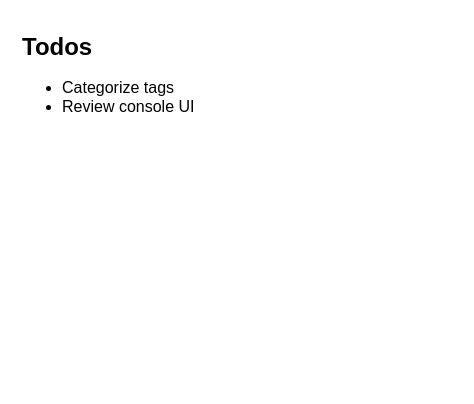
data-miner00/Linker keeps this draw.io diagram as page "Todos" (4 of 6) of docs/Linker.drawio. Above is the earlier version. Source tidied: cells renumbered, new cells numbered last; positions are measured from the earlier drawing's top-left corner, leaving out a move shared by most shapes. Both pictures are drawn from the tidied source at 100%, with x=0, y=0 at pixel (17, 27).
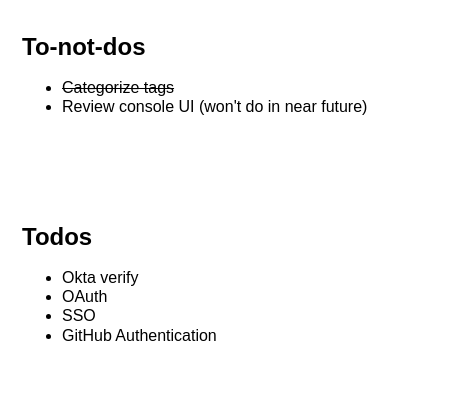
Above is the later version.

Commit message:
docs: Add architecture diagram

The edit, as a diff of the source:
```diff
@@
 <mxGraphModel>
   <root>
     <mxCell id="0" />
     <mxCell id="1" parent="0" />
-    <mxCell id="2" value="&lt;h1&gt;Todos&lt;/h1&gt;&lt;p&gt;&lt;/p&gt;&lt;ul style=&quot;font-size: 16px;&quot;&gt;&lt;li&gt;Categorize tags&lt;/li&gt;&lt;li&gt;Review console UI&lt;/li&gt;&lt;/ul&gt;&lt;p&gt;&lt;/p&gt;" style="text;html=1;strokeColor=none;fillColor=none;spacing=5;spacingTop=-20;whiteSpace=wrap;overflow=hidden;rounded=0;" parent="1" vertex="1">
-      <mxGeometry width="190" height="120" as="geometry" />
+    <mxCell id="2" value="&lt;h1&gt;To-not-dos&lt;/h1&gt;&lt;p&gt;&lt;/p&gt;&lt;ul style=&quot;font-size: 16px;&quot;&gt;&lt;li&gt;&lt;strike&gt;Categorize tags&lt;/strike&gt;&lt;/li&gt;&lt;li&gt;Review console UI (won't do in near future)&lt;/li&gt;&lt;/ul&gt;&lt;p&gt;&lt;/p&gt;" style="text;html=1;strokeColor=none;fillColor=none;spacing=5;spacingTop=-20;whiteSpace=wrap;overflow=hidden;rounded=0;" parent="1" vertex="1">
+      <mxGeometry width="440" height="120" as="geometry" />
     </mxCell>
+    <mxCell id="3" value="&lt;h1&gt;Todos&lt;/h1&gt;&lt;ul style=&quot;font-size: 16px;&quot;&gt;&lt;li&gt;Okta verify&lt;/li&gt;&lt;li&gt;OAuth&lt;/li&gt;&lt;li&gt;SSO&lt;/li&gt;&lt;li&gt;GitHub Authentication&lt;/li&gt;&lt;/ul&gt;&lt;p&gt;&lt;/p&gt;" style="text;html=1;strokeColor=none;fillColor=none;spacing=5;spacingTop=-20;whiteSpace=wrap;overflow=hidden;rounded=0;" parent="1" vertex="1">
+      <mxGeometry y="190" width="440" height="170" as="geometry" />
+    </mxCell>
   </root>
 </mxGraphModel>
```
